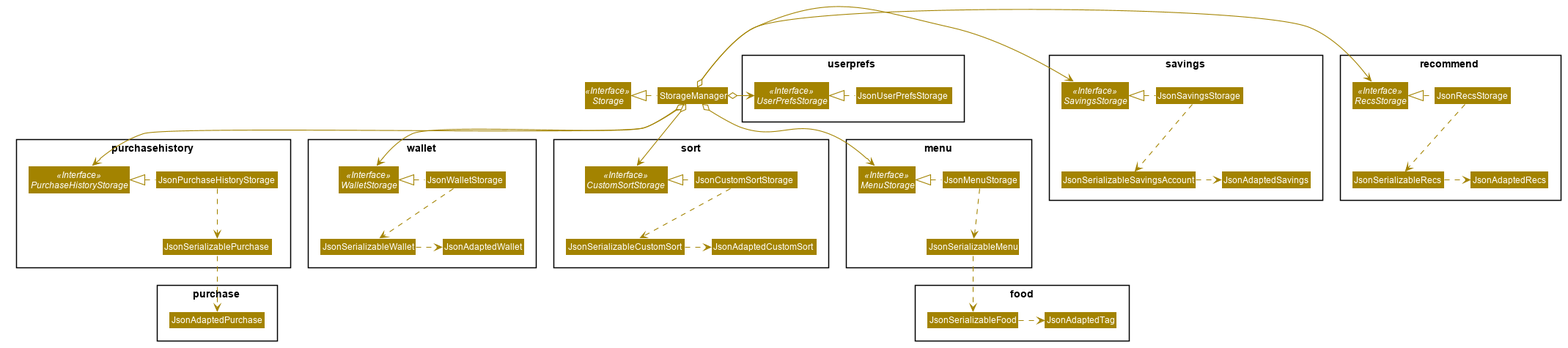
This is images/StorageClassDiagram.png from AY1920S1-CS2103T-F13-2/main, a PlantUML export, as it was before one commit.
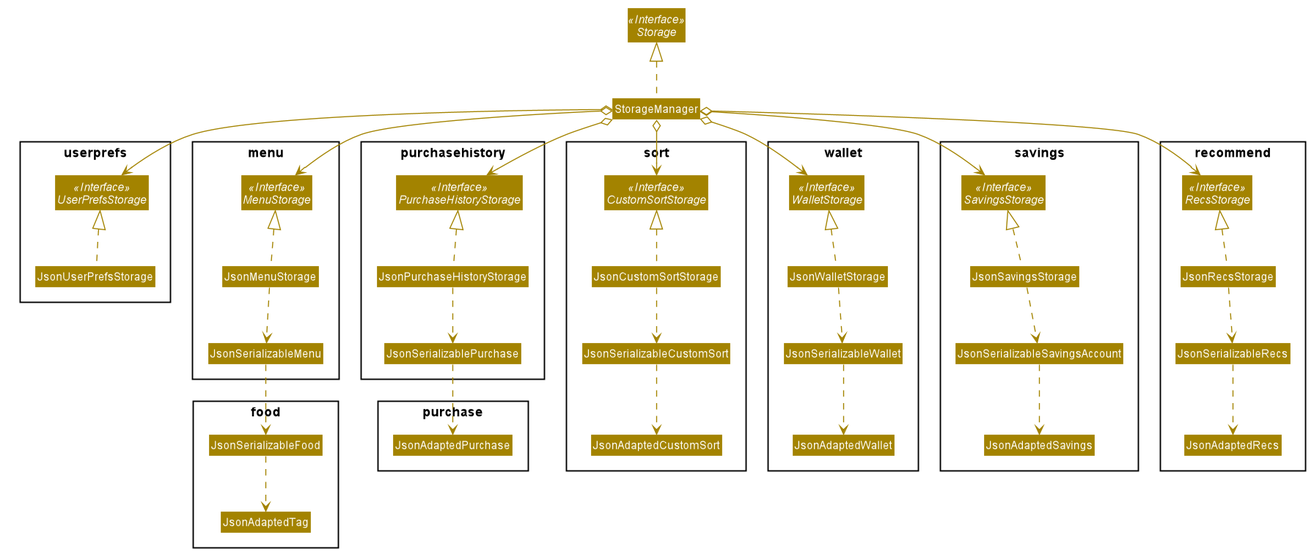
The same diagram one commit later.

The edit, as a diff of the source:
```diff
@@ -110,39 +110,39 @@
 Class StorageManager
 Class JsonMenuStorage
 
-StorageManager .left.|> Storage
-StorageManager o-right-> UserPrefsStorage
-StorageManager o--> MenuStorage
-StorageManager o--> PurchaseHistoryStorage
-StorageManager o--> CustomSortStorage
-StorageManager o-right-> SavingsStorage
-StorageManager o-left-> RecsStorage
+StorageManager .up.|> Storage
+StorageManager o-down-> UserPrefsStorage
+StorageManager o-down-> MenuStorage
+StorageManager o-down-> PurchaseHistoryStorage
+StorageManager o-down-> CustomSortStorage
+StorageManager o-down-> SavingsStorage
+StorageManager o-down-> RecsStorage
 StorageManager o-down-> WalletStorage
 
-JsonPurchaseHistoryStorage .left.|> PurchaseHistoryStorage
+JsonPurchaseHistoryStorage .up.|> PurchaseHistoryStorage
 JsonPurchaseHistoryStorage .down.> JsonSerializablePurchase
 JsonSerializablePurchase .down.> JsonAdaptedPurchase
 
-JsonWalletStorage .left.|> WalletStorage
+JsonWalletStorage .up.|> WalletStorage
 JsonWalletStorage .down.> JsonSerializableWallet
-JsonSerializableWallet .right.> JsonAdaptedWallet
+JsonSerializableWallet .down.> JsonAdaptedWallet
 
-JsonSavingsStorage .left.|> SavingsStorage
+JsonSavingsStorage .up.|> SavingsStorage
 JsonSavingsStorage .down.> JsonSerializableSavingsAccount
-JsonSerializableSavingsAccount .right.> JsonAdaptedSavings
+JsonSerializableSavingsAccount .down.> JsonAdaptedSavings
 
-JsonRecsStorage .left.|> RecsStorage
+JsonRecsStorage .up.|> RecsStorage
 JsonRecsStorage .down.> JsonSerializableRecs
-JsonSerializableRecs .right.> JsonAdaptedRecs
+JsonSerializableRecs .down.> JsonAdaptedRecs
 
-JsonCustomSortStorage .left.|> CustomSortStorage
+JsonCustomSortStorage .up.|> CustomSortStorage
 
 JsonCustomSortStorage .down.> JsonSerializableCustomSort
-JsonSerializableCustomSort .right.> JsonAdaptedCustomSort
+JsonSerializableCustomSort .down.> JsonAdaptedCustomSort
 
-JsonUserPrefsStorage .left.|> UserPrefsStorage
-JsonMenuStorage .left.|> MenuStorage
+JsonUserPrefsStorage .up.|> UserPrefsStorage
+JsonMenuStorage .up.|> MenuStorage
 JsonMenuStorage .down.> JsonSerializableMenu
 JsonSerializableMenu .down.> JsonSerializableFood
-JsonSerializableFood .right.> JsonAdaptedTag
+JsonSerializableFood .down.> JsonAdaptedTag
 @enduml
```
